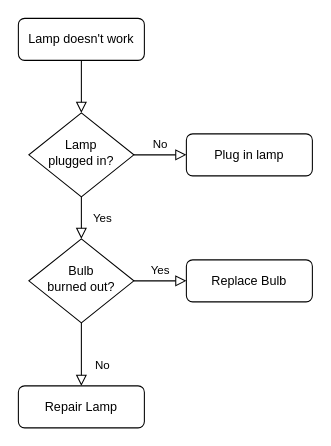
MarcoIorio25/ProjectExperience keeps this draw.io diagram as Untitled Diagram.drawio. Above is the earlier version. Source tidied: cells renumbered, new cells numbered last; positions are measured from the earlier drawing's top-left corner, leaving out a move shared by most shapes. Both pictures are drawn from the tidied source at 105%, with x=0, y=0 at pixel (18, 18).
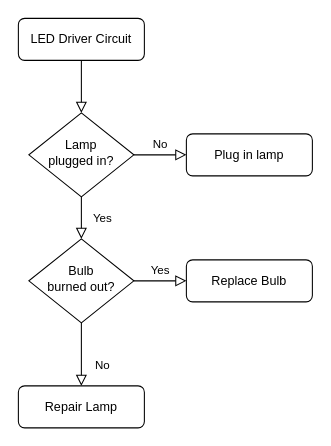
The same page after the edit.

Commit message:
LED Stabilization Control Circuit Block Diagram.drawio

Diff of the diagram source:
```diff
@@
 <mxGraphModel>
   <root>
     <mxCell id="0" />
     <mxCell id="1" parent="0" />
     <mxCell id="2" style="rounded=0;html=1;jettySize=auto;fontSize=11;endArrow=block;endFill=0;endSize=8;strokeWidth=1;shadow=0;labelBackgroundColor=none;edgeStyle=orthogonalEdgeStyle;" parent="1" edge="1" source="3" target="6">
       <mxGeometry relative="1" as="geometry" />
     </mxCell>
-    <mxCell id="3" value="Lamp doesn't work" style="rounded=1;whiteSpace=wrap;html=1;fontSize=12;glass=0;strokeWidth=1;shadow=0;" parent="1" vertex="1">
+    <mxCell id="3" value="LED Driver Circuit" style="rounded=1;whiteSpace=wrap;html=1;fontSize=12;glass=0;strokeWidth=1;shadow=0;" parent="1" vertex="1">
       <mxGeometry width="120" height="40" as="geometry" />
     </mxCell>
     <mxCell id="4" value="Yes" style="rounded=0;html=1;jettySize=auto;fontSize=11;endArrow=block;endFill=0;endSize=8;strokeWidth=1;shadow=0;labelBackgroundColor=none;edgeStyle=orthogonalEdgeStyle;" parent="1" edge="1" source="6" target="10">
       <mxGeometry y="20" relative="1" as="geometry" />
     </mxCell>
     <mxCell id="5" value="No" style="edgeStyle=orthogonalEdgeStyle;rounded=0;html=1;jettySize=auto;fontSize=11;endArrow=block;endFill=0;endSize=8;strokeWidth=1;shadow=0;labelBackgroundColor=none;" parent="1" edge="1" source="6" target="7">
       <mxGeometry y="10" relative="1" as="geometry" />
     </mxCell>
     <mxCell id="6" value="Lamp&lt;br&gt;plugged in?" style="rhombus;whiteSpace=wrap;html=1;shadow=0;fontFamily=Helvetica;fontSize=12;align=center;strokeWidth=1;spacing=6;spacingTop=-4;" parent="1" vertex="1">
       <mxGeometry x="10" y="90" width="100" height="80" as="geometry" />
     </mxCell>
     <mxCell id="7" value="Plug in lamp" style="rounded=1;whiteSpace=wrap;html=1;fontSize=12;glass=0;strokeWidth=1;shadow=0;" parent="1" vertex="1">
       <mxGeometry x="160" y="110" width="120" height="40" as="geometry" />
     </mxCell>
     <mxCell id="8" value="No" style="rounded=0;html=1;jettySize=auto;fontSize=11;endArrow=block;endFill=0;endSize=8;strokeWidth=1;shadow=0;labelBackgroundColor=none;edgeStyle=orthogonalEdgeStyle;" parent="1" edge="1" source="10" target="11">
       <mxGeometry x="0.33" y="20" relative="1" as="geometry" />
     </mxCell>
     <mxCell id="9" value="Yes" style="edgeStyle=orthogonalEdgeStyle;rounded=0;html=1;jettySize=auto;fontSize=11;endArrow=block;endFill=0;endSize=8;strokeWidth=1;shadow=0;labelBackgroundColor=none;" parent="1" edge="1" source="10" target="12">
       <mxGeometry y="10" relative="1" as="geometry" />
     </mxCell>
     <mxCell id="10" value="Bulb&lt;br&gt;burned out?" style="rhombus;whiteSpace=wrap;html=1;shadow=0;fontFamily=Helvetica;fontSize=12;align=center;strokeWidth=1;spacing=6;spacingTop=-4;" parent="1" vertex="1">
       <mxGeometry x="10" y="210" width="100" height="80" as="geometry" />
     </mxCell>
     <mxCell id="11" value="Repair Lamp" style="rounded=1;whiteSpace=wrap;html=1;fontSize=12;glass=0;strokeWidth=1;shadow=0;" parent="1" vertex="1">
       <mxGeometry y="350" width="120" height="40" as="geometry" />
     </mxCell>
     <mxCell id="12" value="Replace Bulb" style="rounded=1;whiteSpace=wrap;html=1;fontSize=12;glass=0;strokeWidth=1;shadow=0;" parent="1" vertex="1">
       <mxGeometry x="160" y="230" width="120" height="40" as="geometry" />
     </mxCell>
   </root>
 </mxGraphModel>
```
